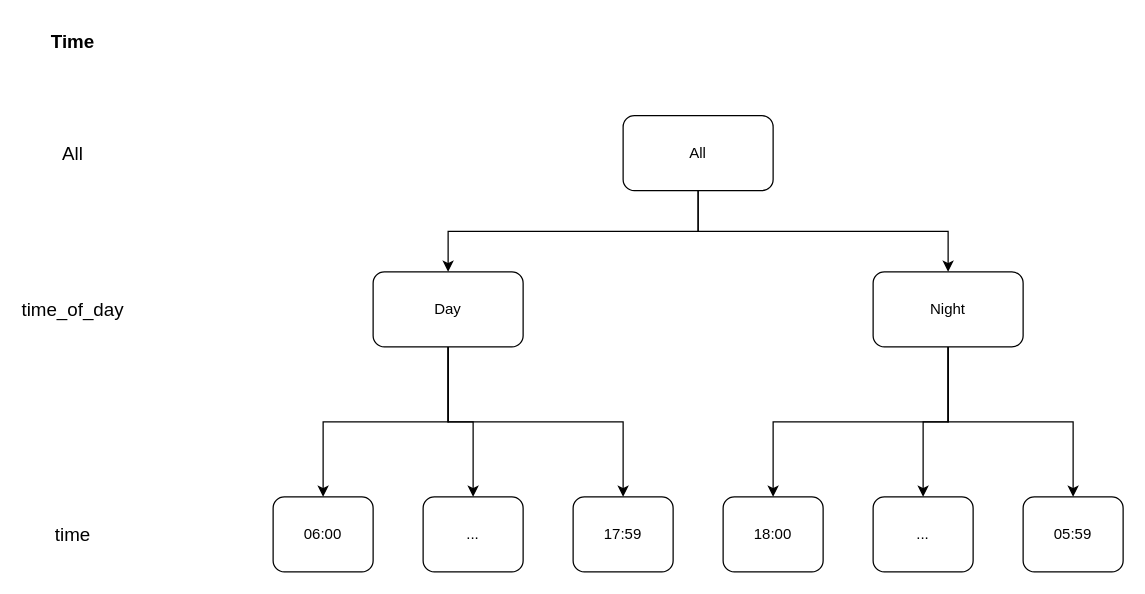
This is Untitled Diagram.drawio from NekoTRSH/Drawing, a draw.io file, before an edit. Source tidied: cells renumbered, new cells numbered last; positions are measured from the earlier drawing's top-left corner, leaving out a move shared by most shapes. Both pictures are drawn from the tidied source at 125%, with x=0, y=0 at pixel (35, 21).
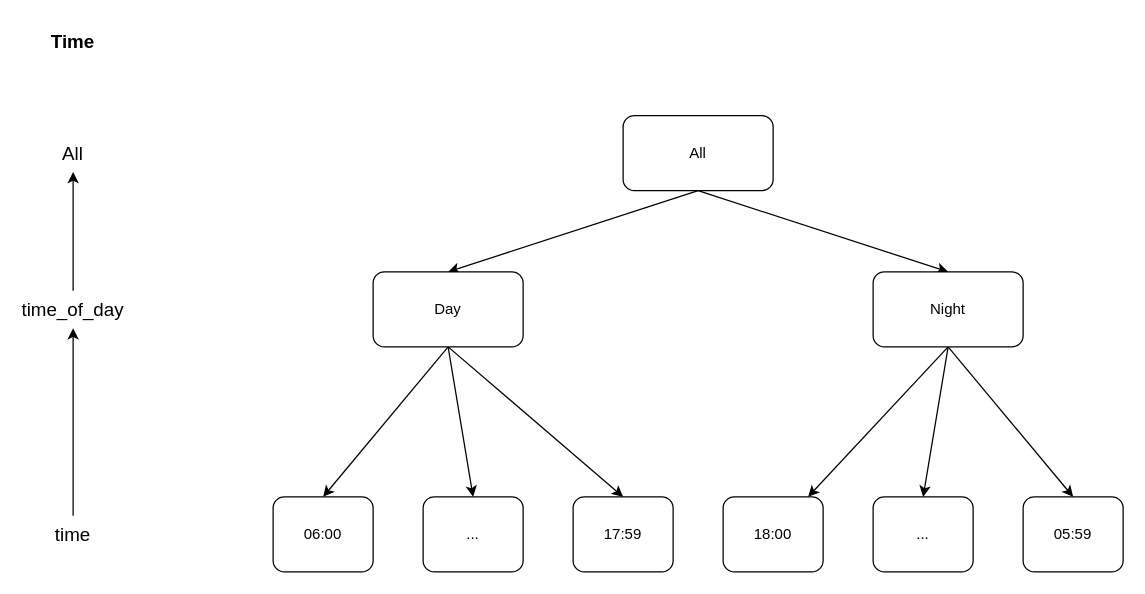
The same page after the edit.

Unchanged cells that the change refers to:
```xml
<mxCell id="5" value="All" style="rounded=1;whiteSpace=wrap;html=1;" parent="1" vertex="1">
  <mxGeometry x="470" y="75" width="120" height="60" as="geometry" />
</mxCell>
<mxCell id="9" value="Day" style="rounded=1;whiteSpace=wrap;html=1;" parent="1" vertex="1">
  <mxGeometry x="270" y="200" width="120" height="60" as="geometry" />
</mxCell>
<mxCell id="13" value="Night" style="rounded=1;whiteSpace=wrap;html=1;" parent="1" vertex="1">
  <mxGeometry x="670" y="200" width="120" height="60" as="geometry" />
</mxCell>
<mxCell id="14" value="05:59" style="rounded=1;whiteSpace=wrap;html=1;" parent="1" vertex="1">
  <mxGeometry x="790" y="380" width="80" height="60" as="geometry" />
</mxCell>
<mxCell id="15" value="..." style="rounded=1;whiteSpace=wrap;html=1;" parent="1" vertex="1">
  <mxGeometry x="670" y="380" width="80" height="60" as="geometry" />
</mxCell>
<mxCell id="16" value="17:59" style="rounded=1;whiteSpace=wrap;html=1;" parent="1" vertex="1">
  <mxGeometry x="430" y="380" width="80" height="60" as="geometry" />
</mxCell>
<mxCell id="17" value="06:00" style="rounded=1;whiteSpace=wrap;html=1;" parent="1" vertex="1">
  <mxGeometry x="190" y="380" width="80" height="60" as="geometry" />
</mxCell>
<mxCell id="18" value="18:00" style="rounded=1;whiteSpace=wrap;html=1;" parent="1" vertex="1">
  <mxGeometry x="550" y="380" width="80" height="60" as="geometry" />
</mxCell>
<mxCell id="19" value="..." style="rounded=1;whiteSpace=wrap;html=1;" parent="1" vertex="1">
  <mxGeometry x="310" y="380" width="80" height="60" as="geometry" />
</mxCell>
<mxCell id="20" value="All" style="text;html=1;align=center;verticalAlign=middle;whiteSpace=wrap;rounded=0;fontSize=15;" parent="1" vertex="1">
  <mxGeometry y="90" width="60" height="30" as="geometry" />
</mxCell>
<mxCell id="21" value="time_of_day" style="text;html=1;align=center;verticalAlign=middle;whiteSpace=wrap;rounded=0;fontSize=15;" parent="1" vertex="1">
  <mxGeometry y="215" width="60" height="30" as="geometry" />
</mxCell>
<mxCell id="22" value="time" style="text;html=1;align=center;verticalAlign=middle;whiteSpace=wrap;rounded=0;fontSize=15;" parent="1" vertex="1">
  <mxGeometry y="395" width="60" height="30" as="geometry" />
</mxCell>
```

Change to the diagram source:
```diff
@@
-    <mxCell id="3" style="edgeStyle=orthogonalEdgeStyle;rounded=0;jettySize=auto;html=1;exitX=0.5;exitY=1;exitDx=0;exitDy=0;entryX=0.5;entryY=0;entryDx=0;entryDy=0;" parent="1" edge="1" source="5" target="9">
+    <mxCell id="3" style="rounded=0;jettySize=auto;html=1;exitX=0.5;exitY=1;exitDx=0;exitDy=0;entryX=0.5;entryY=0;entryDx=0;entryDy=0;" parent="1" edge="1" source="5" target="9">
       <mxGeometry relative="1" as="geometry" />
     </mxCell>
-    <mxCell id="4" style="edgeStyle=orthogonalEdgeStyle;rounded=0;jettySize=auto;html=1;exitX=0.5;exitY=1;exitDx=0;exitDy=0;entryX=0.5;entryY=0;entryDx=0;entryDy=0;" parent="1" edge="1" source="5" target="13">
+    <mxCell id="4" style="rounded=0;jettySize=auto;html=1;exitX=0.5;exitY=1;exitDx=0;exitDy=0;entryX=0.5;entryY=0;entryDx=0;entryDy=0;" parent="1" edge="1" source="5" target="13">
       <mxGeometry relative="1" as="geometry" />
     </mxCell>
@@
-    <mxCell id="6" style="edgeStyle=orthogonalEdgeStyle;rounded=0;jettySize=auto;html=1;exitX=0.5;exitY=1;exitDx=0;exitDy=0;entryX=0.5;entryY=0;entryDx=0;entryDy=0;" parent="1" edge="1" source="9" target="17">
+    <mxCell id="6" style="rounded=0;jettySize=auto;html=1;exitX=0.5;exitY=1;exitDx=0;exitDy=0;entryX=0.5;entryY=0;entryDx=0;entryDy=0;" parent="1" edge="1" source="9" target="17">
       <mxGeometry relative="1" as="geometry" />
     </mxCell>
-    <mxCell id="7" style="edgeStyle=orthogonalEdgeStyle;rounded=0;jettySize=auto;html=1;exitX=0.5;exitY=1;exitDx=0;exitDy=0;entryX=0.5;entryY=0;entryDx=0;entryDy=0;" parent="1" edge="1" source="9" target="19">
+    <mxCell id="7" style="rounded=0;jettySize=auto;html=1;exitX=0.5;exitY=1;exitDx=0;exitDy=0;entryX=0.5;entryY=0;entryDx=0;entryDy=0;" parent="1" edge="1" source="9" target="19">
       <mxGeometry relative="1" as="geometry" />
     </mxCell>
-    <mxCell id="8" style="edgeStyle=orthogonalEdgeStyle;rounded=0;jettySize=auto;html=1;exitX=0.5;exitY=1;exitDx=0;exitDy=0;entryX=0.5;entryY=0;entryDx=0;entryDy=0;" parent="1" edge="1" source="9" target="16">
+    <mxCell id="8" style="rounded=0;jettySize=auto;html=1;exitX=0.5;exitY=1;exitDx=0;exitDy=0;entryX=0.5;entryY=0;entryDx=0;entryDy=0;" parent="1" edge="1" source="9" target="16">
       <mxGeometry relative="1" as="geometry" />
     </mxCell>
@@
-    <mxCell id="10" style="edgeStyle=orthogonalEdgeStyle;rounded=0;jettySize=auto;html=1;exitX=0.5;exitY=1;exitDx=0;exitDy=0;" parent="1" edge="1" source="13" target="18">
+    <mxCell id="10" style="rounded=0;jettySize=auto;html=1;exitX=0.5;exitY=1;exitDx=0;exitDy=0;" parent="1" edge="1" source="13" target="18">
       <mxGeometry relative="1" as="geometry" />
     </mxCell>
-    <mxCell id="11" style="edgeStyle=orthogonalEdgeStyle;rounded=0;jettySize=auto;html=1;exitX=0.5;exitY=1;exitDx=0;exitDy=0;entryX=0.5;entryY=0;entryDx=0;entryDy=0;" parent="1" edge="1" source="13" target="15">
+    <mxCell id="11" style="rounded=0;jettySize=auto;html=1;exitX=0.5;exitY=1;exitDx=0;exitDy=0;entryX=0.5;entryY=0;entryDx=0;entryDy=0;" parent="1" edge="1" source="13" target="15">
       <mxGeometry relative="1" as="geometry" />
     </mxCell>
-    <mxCell id="12" style="edgeStyle=orthogonalEdgeStyle;rounded=0;jettySize=auto;html=1;exitX=0.5;exitY=1;exitDx=0;exitDy=0;entryX=0.5;entryY=0;entryDx=0;entryDy=0;" parent="1" edge="1" source="13" target="14">
+    <mxCell id="12" style="rounded=0;jettySize=auto;html=1;exitX=0.5;exitY=1;exitDx=0;exitDy=0;entryX=0.5;entryY=0;entryDx=0;entryDy=0;" parent="1" edge="1" source="13" target="14">
       <mxGeometry relative="1" as="geometry" />
     </mxCell>
@@
+    <mxCell id="23" style="edgeStyle=orthogonalEdgeStyle;rounded=0;jettySize=auto;html=1;exitX=0.5;exitY=0;exitDx=0;exitDy=0;entryX=0.5;entryY=1;entryDx=0;entryDy=0;" parent="1" edge="1" source="21" target="20">
+      <mxGeometry relative="1" as="geometry" />
+    </mxCell>
@@
+    <mxCell id="24" style="edgeStyle=orthogonalEdgeStyle;rounded=0;jettySize=auto;html=1;exitX=0.5;exitY=0;exitDx=0;exitDy=0;entryX=0.5;entryY=1;entryDx=0;entryDy=0;" parent="1" edge="1" source="22" target="21">
+      <mxGeometry relative="1" as="geometry" />
+    </mxCell>
```
